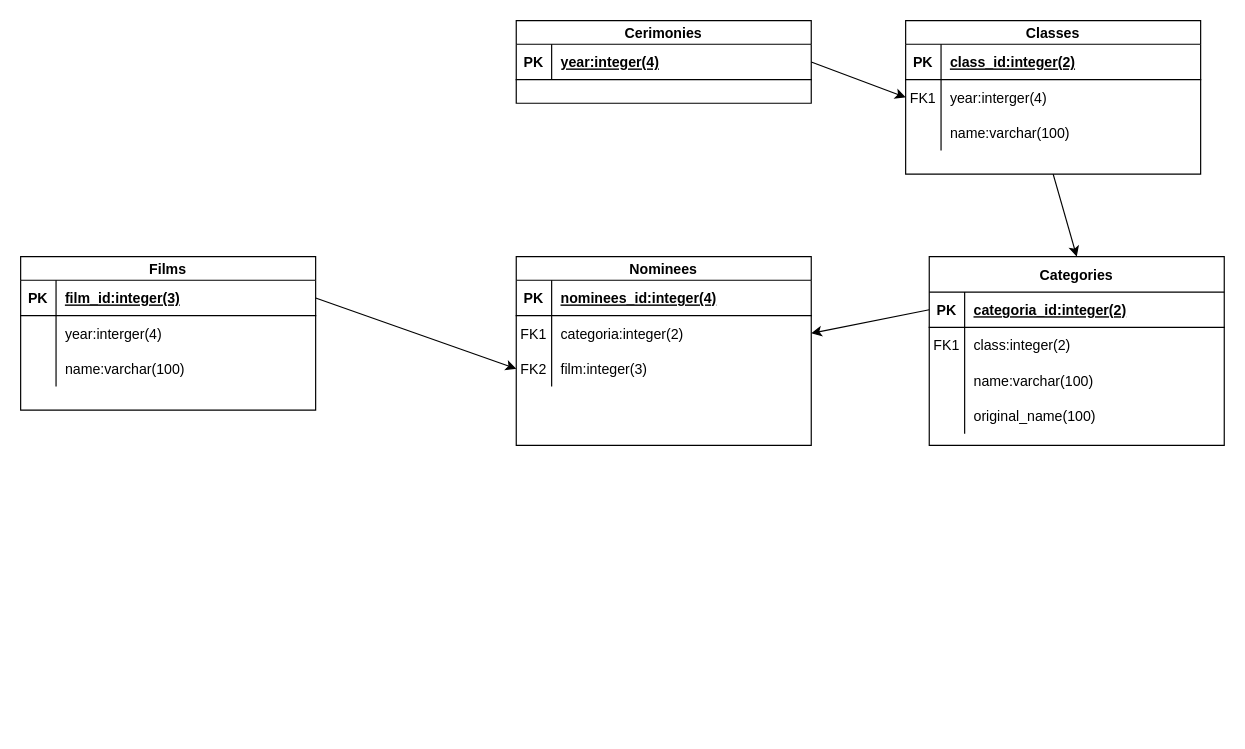
The draw.io diagram modelo_relacional_oscars.drawio in QuAleAcEna/PythonAppOscars, before the edit. Source tidied: cells renumbered, new cells numbered last; positions are measured from the earlier drawing's top-left corner, leaving out a move shared by most shapes. Both pictures are drawn from the tidied source at 118%, with x=0, y=0 at pixel (20, 20).
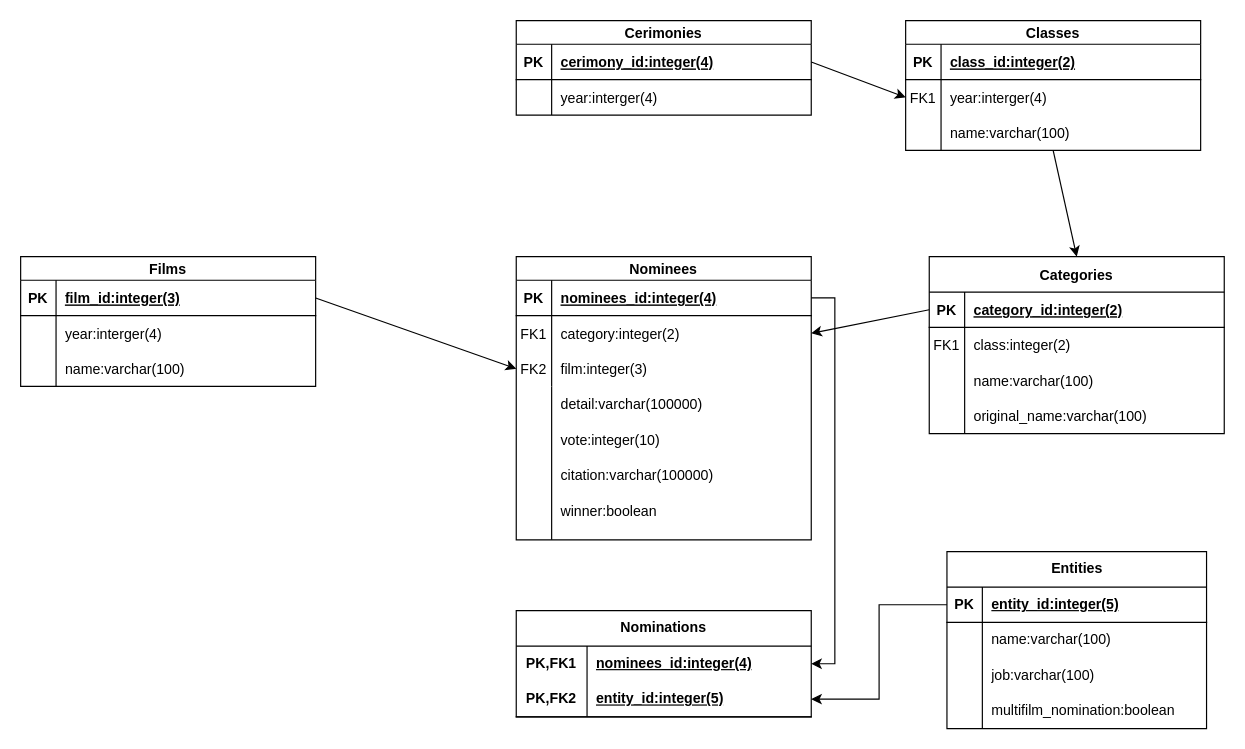
After the change.

The change refers to these unchanged cells:
```xml
<mxCell id="13" style="shape=partialRectangle;fillColor=none;points=[[0,0.5],[1,0.5]];portConstraint=eastwest;top=0;left=0;right=0;bottom=1;" parent="12" vertex="1">
  <mxGeometry y="30" width="250" height="30" as="geometry" />
</mxCell>
<mxCell id="22" style="shape=partialRectangle;fillColor=none;top=0;left=0;right=0;bottom=0;" parent="12" vertex="1">
  <mxGeometry y="120" width="250" height="30" as="geometry" />
</mxCell>
<mxCell id="26" style="shape=partialRectangle;fillColor=none;points=[[0,0.5],[1,0.5]];portConstraint=eastwest;top=0;left=0;right=0;bottom=1;" parent="25" vertex="1">
  <mxGeometry y="20" width="250" height="30" as="geometry" />
</mxCell>
<mxCell id="44" style="shape=partialRectangle;fillColor=none;points=[[0,0.5],[1,0.5]];portConstraint=eastwest;top=0;left=0;right=0;bottom=1;" parent="43" vertex="1">
  <mxGeometry y="20" width="250" height="30" as="geometry" />
</mxCell>
<mxCell id="47" style="shape=partialRectangle;fillColor=none;points=[[0,0.5],[1,0.5]];portConstraint=eastwest;top=0;left=0;right=0;bottom=0;" parent="43" vertex="1">
  <mxGeometry y="50" width="250" height="30" as="geometry" />
</mxCell>
```

Change to the diagram source:
```diff
@@
     <mxCell id="2" value="Classes" style="shape=table;startSize=20;childLayout=tableLayout;rowLines=0;fontStyle=1;align=center;" parent="1" vertex="1">
-      <mxGeometry x="750" width="250" height="130" as="geometry" />
+      <mxGeometry x="750" width="250" height="110" as="geometry" />
     </mxCell>
@@
     <mxCell id="12" value="Categories" style="shape=table;startSize=30;childLayout=tableLayout;rowLines=0;fontStyle=1;align=center;" parent="1" vertex="1">
-      <mxGeometry x="770" y="200" width="250" height="160" as="geometry" />
+      <mxGeometry x="770" y="200" width="250" height="150" as="geometry" />
     </mxCell>
@@
-    <mxCell id="15" value="categoria_id:integer(2)" style="shape=partialRectangle;overflow=hidden;fillColor=none;top=0;left=0;bottom=0;right=0;align=left;spacingLeft=6;fontStyle=5;" parent="13" vertex="1">
+    <mxCell id="15" value="category_id:integer(2)" style="shape=partialRectangle;overflow=hidden;fillColor=none;top=0;left=0;bottom=0;right=0;align=left;spacingLeft=6;fontStyle=5;" parent="13" vertex="1">
       <mxGeometry x="30" width="220" height="30" as="geometry" />
     </mxCell>
@@
-    <mxCell id="24" value="original_name(100)" style="shape=partialRectangle;overflow=hidden;fillColor=none;top=0;left=0;bottom=0;right=0;align=left;spacingLeft=6;" parent="22" vertex="1">
+    <mxCell id="24" value="original_name:varchar(100)" style="shape=partialRectangle;overflow=hidden;fillColor=none;top=0;left=0;bottom=0;right=0;align=left;spacingLeft=6;" parent="22" vertex="1">
       <mxGeometry x="30" width="220" height="30" as="geometry" />
     </mxCell>
     <mxCell id="25" value="Cerimonies" style="shape=table;startSize=20;childLayout=tableLayout;rowLines=0;fontStyle=1;align=center;" parent="1" vertex="1">
-      <mxGeometry x="420" width="250" height="70" as="geometry" />
+      <mxGeometry x="420" width="250" height="80" as="geometry" />
     </mxCell>
@@
-    <mxCell id="28" value="year:integer(4)" style="shape=partialRectangle;overflow=hidden;fillColor=none;top=0;left=0;bottom=0;right=0;align=left;spacingLeft=6;fontStyle=5;" parent="26" vertex="1">
+    <mxCell id="28" value="cerimony_id:integer(4)" style="shape=partialRectangle;overflow=hidden;fillColor=none;top=0;left=0;bottom=0;right=0;align=left;spacingLeft=6;fontStyle=5;" parent="26" vertex="1">
       <mxGeometry x="30" width="220" height="30" as="geometry" />
     </mxCell>
@@
     <mxCell id="32" value="Films" style="shape=table;startSize=20;childLayout=tableLayout;rowLines=0;fontStyle=1;align=center;" parent="1" vertex="1">
-      <mxGeometry y="200" width="250" height="130" as="geometry" />
+      <mxGeometry y="200" width="250" height="110" as="geometry" />
     </mxCell>
@@
     <mxCell id="43" value="Nominees" style="shape=table;startSize=20;childLayout=tableLayout;rowLines=0;fontStyle=1;align=center;swimlaneLine=1;" parent="1" vertex="1">
-      <mxGeometry x="420" y="200" width="250" height="160" as="geometry" />
+      <mxGeometry x="420" y="200" width="250" height="240" as="geometry" />
     </mxCell>
@@
-    <mxCell id="49" value="categoria:integer(2)" style="shape=partialRectangle;overflow=hidden;fillColor=none;top=0;left=0;bottom=0;right=0;align=left;spacingLeft=6;" parent="47" vertex="1">
+    <mxCell id="49" value="category:integer(2)" style="shape=partialRectangle;overflow=hidden;fillColor=none;top=0;left=0;bottom=0;right=0;align=left;spacingLeft=6;" parent="47" vertex="1">
       <mxGeometry x="30" width="220" height="30" as="geometry" />
     </mxCell>
@@
+    <mxCell id="53" value="detail:varchar(100000)" style="shape=partialRectangle;overflow=hidden;fillColor=none;top=0;left=0;bottom=0;right=0;align=left;spacingLeft=6;" parent="1" vertex="1">
+      <mxGeometry x="450" y="310" width="220" height="30" as="geometry" />
+    </mxCell>
+    <mxCell id="54" value="vote:integer(10)" style="shape=partialRectangle;overflow=hidden;fillColor=none;top=0;left=0;bottom=0;right=0;align=left;spacingLeft=6;" parent="1" vertex="1">
+      <mxGeometry x="450" y="340" width="220" height="30" as="geometry" />
+    </mxCell>
+    <mxCell id="55" value="citation:varchar(100000)" style="shape=partialRectangle;overflow=hidden;fillColor=none;top=0;left=0;bottom=0;right=0;align=left;spacingLeft=6;" parent="1" vertex="1">
+      <mxGeometry x="450" y="370" width="220" height="30" as="geometry" />
+    </mxCell>
+    <mxCell id="56" value="winner:boolean" style="shape=partialRectangle;overflow=hidden;fillColor=none;top=0;left=0;bottom=0;right=0;align=left;spacingLeft=6;" parent="1" vertex="1">
+      <mxGeometry x="450" y="400" width="220" height="30" as="geometry" />
+    </mxCell>
+    <mxCell id="57" style="endArrow=none;html=1;rounded=0;" parent="1" edge="1">
+      <mxGeometry relative="1" as="geometry">
+        <mxPoint x="450" y="440" as="sourcePoint" />
+        <mxPoint x="450" y="310" as="targetPoint" />
+      </mxGeometry>
+    </mxCell>
+    <mxCell id="58" value="Nominations" style="shape=table;startSize=30;childLayout=tableLayout;rowLines=0;fontStyle=1;align=center;html=1;whiteSpace=wrap;" parent="1" vertex="1">
+      <mxGeometry x="420" y="500" width="250" height="90" as="geometry" />
+    </mxCell>
+    <mxCell id="59" style="shape=tableRow;horizontal=0;startSize=0;swimlaneHead=0;swimlaneBody=0;fillColor=none;points=[[0,0.5],[1,0.5]];portConstraint=eastwest;top=0;left=0;right=0;bottom=0;html=1;" parent="58" vertex="1">
+      <mxGeometry y="30" width="250" height="30" as="geometry" />
+    </mxCell>
+    <mxCell id="60" value="PK,FK1" style="shape=partialRectangle;fillColor=none;top=0;left=0;bottom=0;right=0;fontStyle=1;overflow=hidden;html=1;whiteSpace=wrap;" parent="59" vertex="1">
+      <mxGeometry width="60" height="30" as="geometry" />
+    </mxCell>
+    <mxCell id="61" value="nominees_id:integer(4)" style="shape=partialRectangle;fillColor=none;top=0;left=0;bottom=0;right=0;align=left;spacingLeft=6;fontStyle=5;overflow=hidden;html=1;whiteSpace=wrap;" parent="59" vertex="1">
+      <mxGeometry x="60" width="190" height="30" as="geometry" />
+    </mxCell>
+    <mxCell id="62" style="shape=tableRow;horizontal=0;startSize=0;swimlaneHead=0;swimlaneBody=0;fillColor=none;points=[[0,0.5],[1,0.5]];portConstraint=eastwest;top=0;left=0;right=0;bottom=1;html=1;" parent="58" vertex="1">
+      <mxGeometry y="60" width="250" height="30" as="geometry" />
+    </mxCell>
+    <mxCell id="63" value="PK,FK2" style="shape=partialRectangle;fillColor=none;top=0;left=0;bottom=0;right=0;fontStyle=1;overflow=hidden;html=1;whiteSpace=wrap;" parent="62" vertex="1">
+      <mxGeometry width="60" height="30" as="geometry" />
+    </mxCell>
+    <mxCell id="64" value="entity_id:integer(5)" style="shape=partialRectangle;fillColor=none;top=0;left=0;bottom=0;right=0;align=left;spacingLeft=6;fontStyle=5;overflow=hidden;html=1;whiteSpace=wrap;" parent="62" vertex="1">
+      <mxGeometry x="60" width="190" height="30" as="geometry" />
+    </mxCell>
+    <mxCell id="65" style="edgeStyle=orthogonalEdgeStyle;rounded=0;jettySize=auto;html=1;exitX=1;exitY=0.5;exitDx=0;exitDy=0;entryX=1;entryY=0.5;entryDx=0;entryDy=0;" parent="1" edge="1" source="44" target="59">
+      <mxGeometry relative="1" as="geometry" />
+    </mxCell>
+    <mxCell id="66" value="Entities" style="shape=table;startSize=30;childLayout=tableLayout;rowLines=0;fontStyle=1;align=center;html=1;" parent="1" vertex="1">
+      <mxGeometry x="785" y="450" width="220" height="150" as="geometry" />
+    </mxCell>
+    <mxCell id="67" style="shape=tableRow;horizontal=0;startSize=0;swimlaneHead=0;swimlaneBody=0;fillColor=none;points=[[0,0.5],[1,0.5]];portConstraint=eastwest;top=0;left=0;right=0;bottom=1;" parent="66" vertex="1">
+      <mxGeometry y="30" width="220" height="30" as="geometry" />
+    </mxCell>
+    <mxCell id="68" value="PK" style="shape=partialRectangle;fillColor=none;top=0;left=0;bottom=0;right=0;fontStyle=1;overflow=hidden;whiteSpace=wrap;html=1;" parent="67" vertex="1">
+      <mxGeometry width="30" height="30" as="geometry" />
+    </mxCell>
+    <mxCell id="69" value="entity_id:integer(5)" style="shape=partialRectangle;fillColor=none;top=0;left=0;bottom=0;right=0;align=left;spacingLeft=6;fontStyle=5;overflow=hidden;whiteSpace=wrap;html=1;" parent="67" vertex="1">
+      <mxGeometry x="30" width="190" height="30" as="geometry" />
+    </mxCell>
+    <mxCell id="70" style="shape=tableRow;horizontal=0;startSize=0;swimlaneHead=0;swimlaneBody=0;fillColor=none;top=0;left=0;right=0;bottom=0;" parent="66" vertex="1">
+      <mxGeometry y="60" width="220" height="30" as="geometry" />
+    </mxCell>
+    <mxCell id="71" style="shape=partialRectangle;fillColor=none;top=0;left=0;bottom=0;right=0;overflow=hidden;whiteSpace=wrap;html=1;" parent="70" vertex="1">
+      <mxGeometry width="30" height="30" as="geometry" />
+    </mxCell>
+    <mxCell id="72" value="name:varchar(100)" style="shape=partialRectangle;fillColor=none;top=0;left=0;bottom=0;right=0;align=left;spacingLeft=6;overflow=hidden;whiteSpace=wrap;html=1;" parent="70" vertex="1">
+      <mxGeometry x="30" width="190" height="30" as="geometry" />
+    </mxCell>
+    <mxCell id="73" style="shape=tableRow;horizontal=0;startSize=0;swimlaneHead=0;swimlaneBody=0;fillColor=none;top=0;left=0;right=0;bottom=0;" parent="66" vertex="1">
+      <mxGeometry y="90" width="220" height="30" as="geometry" />
+    </mxCell>
+    <mxCell id="74" style="shape=partialRectangle;fillColor=none;top=0;left=0;bottom=0;right=0;overflow=hidden;whiteSpace=wrap;html=1;" parent="73" vertex="1">
+      <mxGeometry width="30" height="30" as="geometry" />
+    </mxCell>
+    <mxCell id="75" value="job:varchar(100)" style="shape=partialRectangle;fillColor=none;top=0;left=0;bottom=0;right=0;align=left;spacingLeft=6;overflow=hidden;whiteSpace=wrap;html=1;" parent="73" vertex="1">
+      <mxGeometry x="30" width="190" height="30" as="geometry" />
+    </mxCell>
+    <mxCell id="76" style="shape=tableRow;horizontal=0;startSize=0;swimlaneHead=0;swimlaneBody=0;fillColor=none;top=0;left=0;right=0;bottom=0;" parent="66" vertex="1">
+      <mxGeometry y="120" width="220" height="30" as="geometry" />
+    </mxCell>
+    <mxCell id="77" style="shape=partialRectangle;fillColor=none;top=0;left=0;bottom=0;right=0;overflow=hidden;whiteSpace=wrap;html=1;" parent="76" vertex="1">
+      <mxGeometry width="30" height="30" as="geometry" />
+    </mxCell>
+    <mxCell id="78" value="multifilm_nomination:boolean" style="shape=partialRectangle;fillColor=none;top=0;left=0;bottom=0;right=0;align=left;spacingLeft=6;overflow=hidden;whiteSpace=wrap;html=1;" parent="76" vertex="1">
+      <mxGeometry x="30" width="190" height="30" as="geometry" />
+    </mxCell>
+    <mxCell id="79" style="edgeStyle=orthogonalEdgeStyle;rounded=0;jettySize=auto;html=1;exitX=0;exitY=0.5;exitDx=0;exitDy=0;entryX=1;entryY=0.5;entryDx=0;entryDy=0;" parent="1" edge="1" source="67" target="62">
+      <mxGeometry relative="1" as="geometry" />
+    </mxCell>
+    <mxCell id="80" style="shape=partialRectangle;fillColor=none;top=0;left=0;right=0;bottom=0;" parent="1" vertex="1">
+      <mxGeometry x="420" y="50" width="250" height="30" as="geometry" />
+    </mxCell>
+    <mxCell id="81" style="shape=partialRectangle;overflow=hidden;fillColor=none;top=0;left=0;bottom=0;right=0;" parent="80" vertex="1">
+      <mxGeometry width="30" height="30" as="geometry" />
+    </mxCell>
+    <mxCell id="82" value="year:interger(4)" style="shape=partialRectangle;overflow=hidden;fillColor=none;top=0;left=0;bottom=0;right=0;align=left;spacingLeft=6;" parent="80" vertex="1">
+      <mxGeometry x="30" width="220" height="30" as="geometry" />
+    </mxCell>
+    <mxCell id="83" style="endArrow=none;html=1;rounded=0;" parent="1" edge="1">
+      <mxGeometry relative="1" as="geometry">
+        <mxPoint x="450" y="80" as="sourcePoint" />
+        <mxPoint x="450" y="50" as="targetPoint" />
+      </mxGeometry>
+    </mxCell>
```
